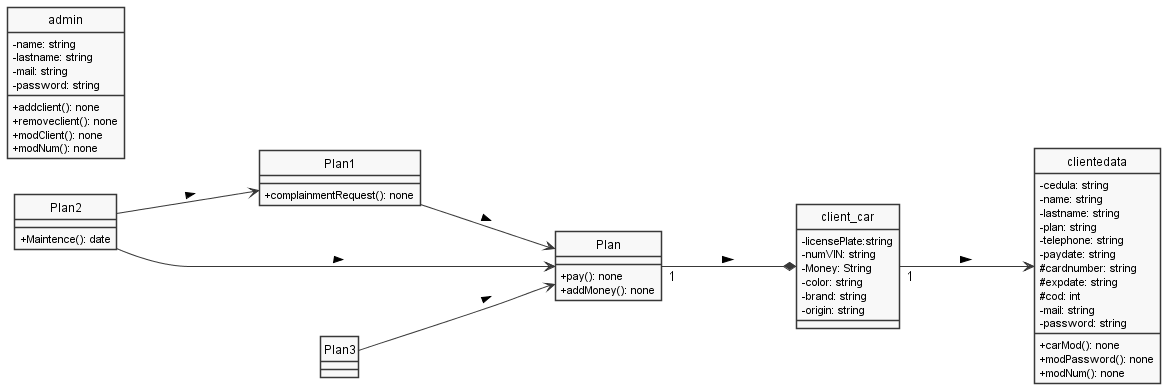
DarwinCharris/Rowy keeps this PlantUML diagram as RowyUML.png. Above is the earlier version. Source of this version:
```plantuml
@startuml
left to right direction
skinparam monochrome true
skinparam handwritten false
hide class circle
skinparam shadowing false
skinparam classAttributeIconSize 0

class Plan1{
+complainmentRequest(): none
}

class Plan2{
+Maintence(): date
}

class Plan3{

}

class Plan{
+pay(): none
+addMoney(): none
}
class client_car{
-licensePlate:string
-numVIN: string
-Money: String
-color: string
-brand: string
-origin: string
}
class clientedata{
-cedula: string
-name: string
-lastname: string
-plan: string
-telephone: string
-paydate: string
#cardnumber: string
#expdate: string
#cod: int
-mail: string
-password: string
+carMod(): none
+modPassword(): none
+modNum(): none
}
class admin{
-name: string
-lastname: string
-mail: string
-password: string
+addclient(): none
+removeclient(): none
+modClient(): none
+modNum(): none
}

Plan1  ---> Plan: >
Plan2  ---> Plan: >
Plan "1"---* client_car: >
client_car "1"---> clientedata: >
Plan2 ---> Plan1:>
Plan3 ---> Plan:>

@enduml
```
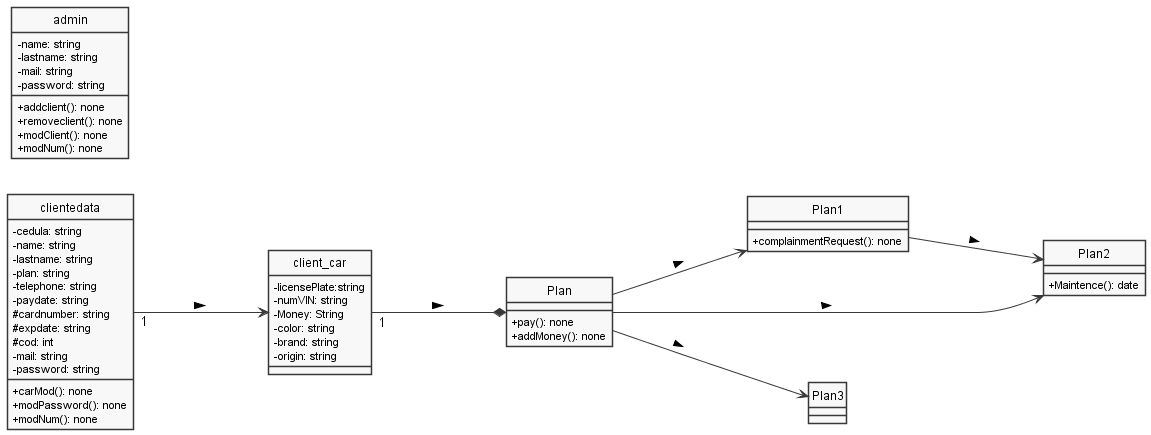
After the commit.

Commit message:
Corrección clase

Change to the diagram source:
```diff
@@ -57,11 +57,11 @@
 +modNum(): none
 }
 
-Plan1  ---> Plan: >
-Plan2  ---> Plan: >
-Plan "1"---* client_car: >
-client_car "1"---> clientedata: >
-Plan2 ---> Plan1:>
-Plan3 ---> Plan:>
+Plan  ---> Plan1: >
+Plan  ---> Plan2: >
+client_car "1"---* Plan: >
+clientedata "1"---> client_car: >
+Plan1 ---> Plan2:>
+Plan ---> Plan3:>
 
 @enduml
```
